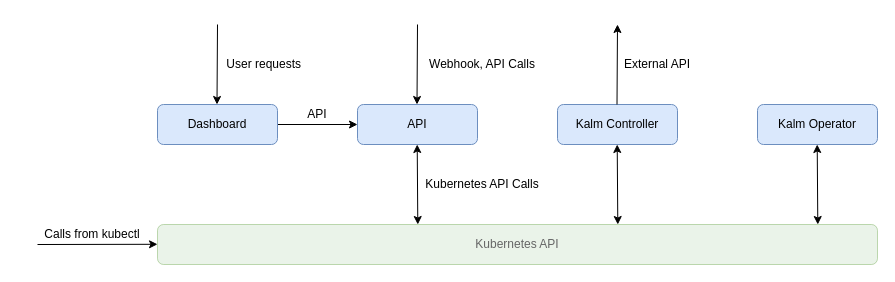
davidqhr/diagrams-storage keeps this draw.io diagram as kalm-components.drawio. Above is the earlier version. Source tidied: cells renumbered, new cells numbered last; positions are measured from the earlier drawing's top-left corner, leaving out a move shared by most shapes. Both pictures are drawn from the tidied source at 100%, with x=0, y=0 at pixel (17, 24).
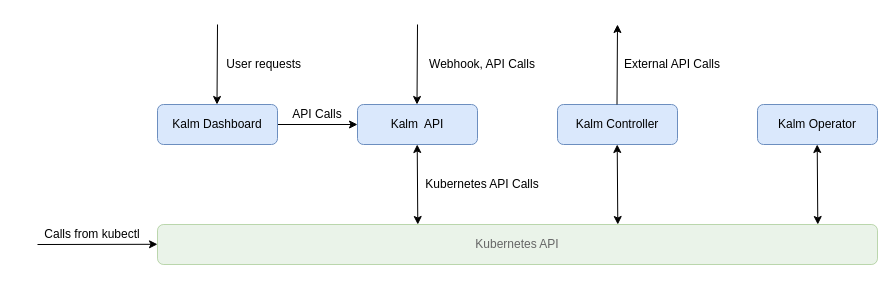
Above is the later version.

The edit, as a diff of the source:
```diff
@@
-    <mxCell id="2" value="API" style="rounded=1;whiteSpace=wrap;html=1;fillColor=#dae8fc;strokeColor=#6c8ebf;" parent="1" vertex="1">
+    <mxCell id="2" value="Kalm&amp;nbsp; API" style="rounded=1;whiteSpace=wrap;html=1;fillColor=#dae8fc;strokeColor=#6c8ebf;" parent="1" vertex="1">
       <mxGeometry x="340" y="80" width="120" height="40" as="geometry" />
     </mxCell>
@@
-    <mxCell id="6" value="Dashboard" style="rounded=1;whiteSpace=wrap;html=1;fillColor=#dae8fc;strokeColor=#6c8ebf;" parent="1" vertex="1">
+    <mxCell id="6" value="Kalm Dashboard" style="rounded=1;whiteSpace=wrap;html=1;fillColor=#dae8fc;strokeColor=#6c8ebf;" parent="1" vertex="1">
       <mxGeometry x="140" y="80" width="120" height="40" as="geometry" />
     </mxCell>
-    <mxCell id="7" value="API" style="text;html=1;strokeColor=none;fillColor=none;align=center;verticalAlign=middle;whiteSpace=wrap;rounded=0;" parent="1" vertex="1">
-      <mxGeometry x="280" y="80" width="40" height="20" as="geometry" />
+    <mxCell id="7" value="API Calls" style="text;html=1;strokeColor=none;fillColor=none;align=center;verticalAlign=middle;whiteSpace=wrap;rounded=0;" parent="1" vertex="1">
+      <mxGeometry x="270" y="80" width="60" height="20" as="geometry" />
     </mxCell>
@@
-    <mxCell id="18" value="External API" style="text;html=1;strokeColor=none;fillColor=none;align=center;verticalAlign=middle;whiteSpace=wrap;rounded=0;" parent="1" vertex="1">
-      <mxGeometry x="600" y="30" width="80" height="20" as="geometry" />
+    <mxCell id="18" value="External API Calls" style="text;html=1;strokeColor=none;fillColor=none;align=center;verticalAlign=middle;whiteSpace=wrap;rounded=0;" parent="1" vertex="1">
+      <mxGeometry x="600" y="30" width="110" height="20" as="geometry" />
     </mxCell>
```
